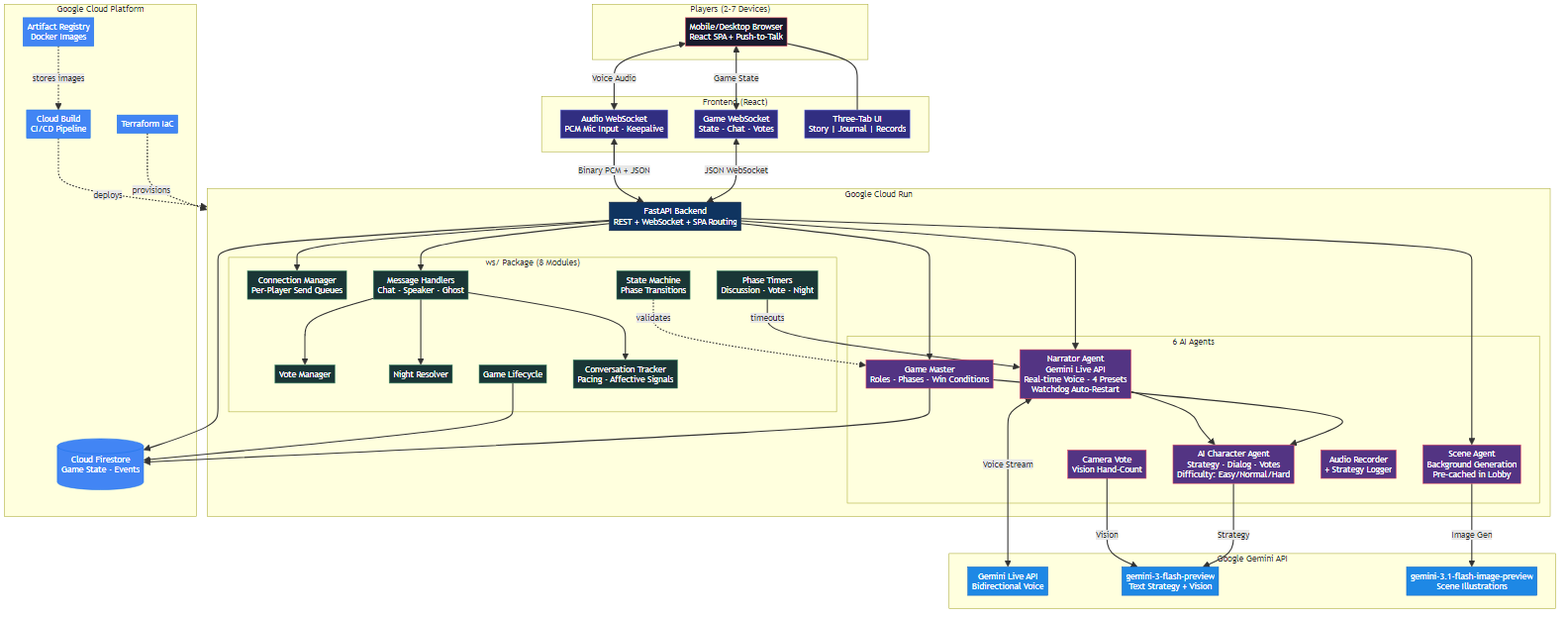
This is docs/architecture-simple.png from dimitriderose/fireside-betrayal-hackaton, a Mermaid export, as it was before one commit. Its source is kept beside it as docs/architecture-simple.mermaid.
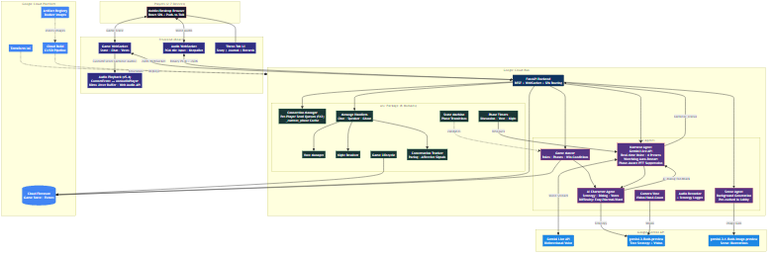
After the commit.

Commit message:
docs: update TDD v5.4 and architecture diagrams for audio jitter fixes

What changed in the source:
```diff
@@ -7,13 +7,14 @@
         GWS["Game WebSocket<br/>State · Chat · Votes"]
         AUDIOWS["Audio WebSocket<br/>PCM Mic Input · Keepalive"]
         TABS["Three-Tab UI<br/>Story | Journal | Records"]
+        AUDIOPLAY["Audio Playback (v5.4)<br/>CustomEvent → useAudioPlayer<br/>80ms Jitter Buffer · Web Audio API"]
     end
 
     subgraph CloudRun["Google Cloud Run"]
         API["FastAPI Backend<br/>REST + WebSocket + SPA Routing"]
 
         subgraph WSPackage["ws/ Package (8 Modules)"]
-            CONN["Connection Manager<br/>Per-Player Send Queues"]
+            CONN["Connection Manager<br/>Per-Player Send Queues (512)<br/>_current_phase Cache"]
             HANDLERS["Message Handlers<br/>Chat · Speaker · Ghost"]
             TIMERS["Phase Timers<br/>Discussion · Vote · Night"]
             SM["State Machine<br/>Phase Transitions"]
@@ -24,7 +25,7 @@
         end
 
         subgraph Agents["6 AI Agents"]
-            NA["Narrator Agent<br/>Gemini Live API<br/>Real-time Voice · 4 Presets<br/>Watchdog Auto-Restart"]
+            NA["Narrator Agent<br/>Gemini Live API<br/>Real-time Voice · 4 Presets<br/>Watchdog Auto-Restart<br/>Phase-Aware PTT Suppression"]
             TA["AI Character Agent<br/>Strategy · Dialog · Votes<br/>Difficulty: Easy/Normal/Hard"]
             SA["Scene Agent<br/>Background Generation<br/>Pre-cached in Lobby"]
             GM["Game Master<br/>Roles · Phases · Win Conditions"]
@@ -51,6 +52,7 @@
     P --- TABS
 
     GWS <-->|"JSON WebSocket"| API
+    GWS -->|"CustomEvent('narrator-audio')"| AUDIOPLAY
     AUDIOWS <-->|"Binary PCM + JSON"| API
 
     API --> CONN
@@ -67,6 +69,8 @@
     API --> SA
     GM --> TA
     NA --> TA
+    TA -->|"AI dialog feedback"| NA
+    NA -->|"narrator_status"| API
 
     NA <-->|"Voice Stream"| GLive
     TA -->|"Strategy"| GFlash
@@ -89,7 +93,7 @@
     classDef gemini fill:#1e88e5,stroke:#1565c0,color:#fff
 
     class P player
-    class GWS,AUDIOWS,TABS frontend
+    class GWS,AUDIOWS,TABS,AUDIOPLAY frontend
     class API cloud
     class CONN,HANDLERS,TIMERS,SM,VOTES,NIGHT,LIFE,CONV wsmod
     class NA,TA,SA,GM,CV,MISC agent
```
